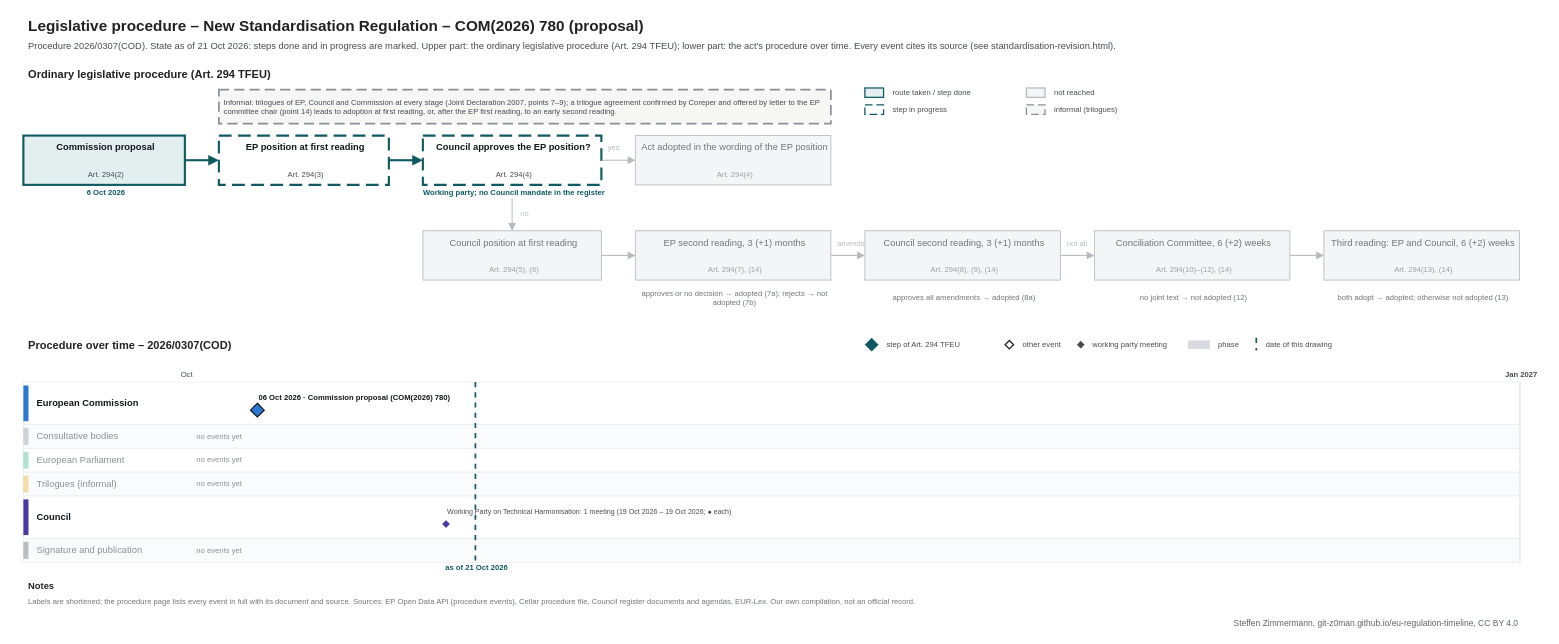
git-z0man/eu-regulation-timeline keeps this draw.io diagram as procedures/standardisation-revision.drawio. Above is the earlier version. Source tidied: cells renumbered, new cells numbered last; positions are measured from the earlier drawing's top-left corner, leaving out a move shared by most shapes. Both pictures are drawn from the tidied source at 85%, with x=0, y=0 at pixel (14, 14).
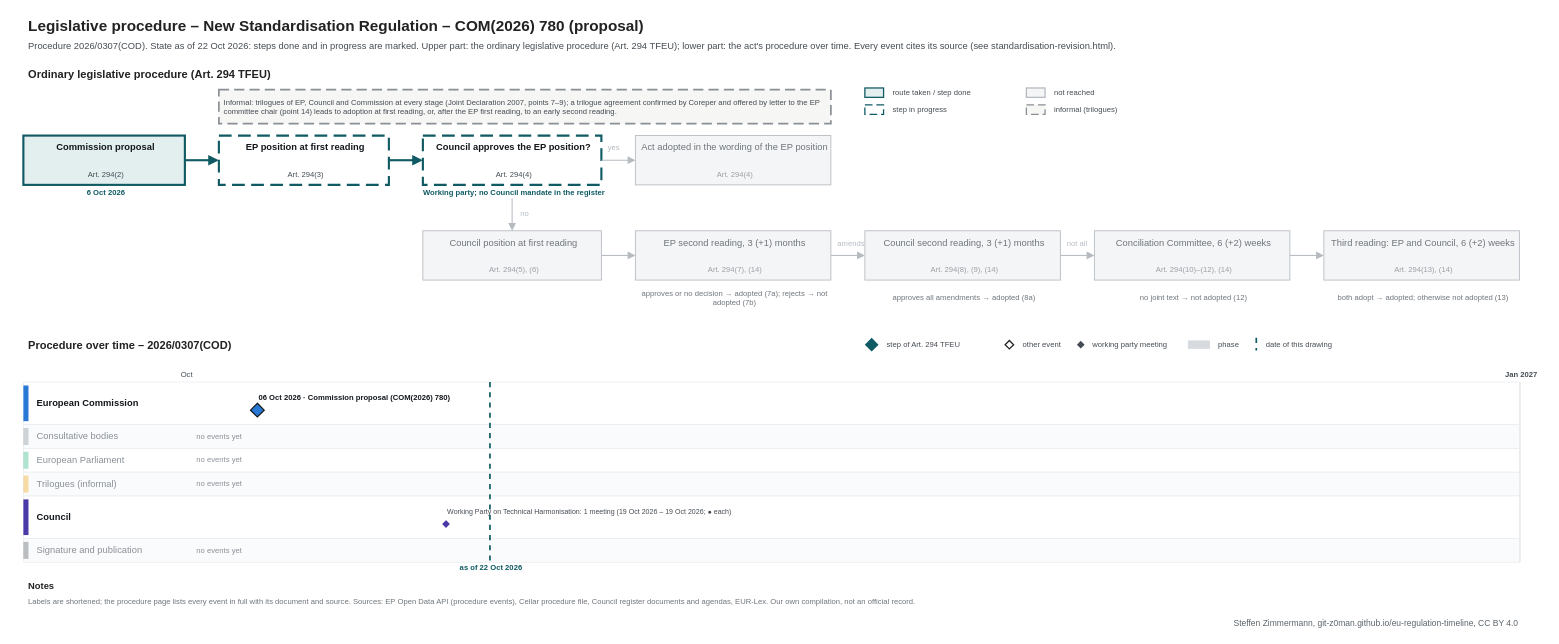
The same page after the edit.

Change to the diagram source:
```diff
@@
-    <mxCell id="3" value="Procedure 2026/0307(COD). State as of 21 Oct 2026: steps done and in progress are marked. Upper part: the ordinary legislative procedure (Art. 294 TFEU); lower part: the act's procedure over time. Every event cites its source (see standardisation-revision.html)." style="text;html=1;fontSize=11;fontColor=#454c53;align=left;verticalAlign=middle;spacingLeft=4;" parent="1" vertex="1">
+    <mxCell id="3" value="Procedure 2026/0307(COD). State as of 22 Oct 2026: steps done and in progress are marked. Upper part: the ordinary legislative procedure (Art. 294 TFEU); lower part: the act's procedure over time. Every event cites its source (see standardisation-revision.html)." style="text;html=1;fontSize=11;fontColor=#454c53;align=left;verticalAlign=middle;spacingLeft=4;" parent="1" vertex="1">
       <mxGeometry x="10" y="28" width="1700" height="18" as="geometry" />
     </mxCell>
@@
     <mxCell id="99" style="line;html=1;strokeWidth=2;strokeColor=#0f5a63;direction=south;dashed=1;" parent="1" vertex="1">
-      <mxGeometry x="541.3" y="432" width="1" height="212" as="geometry" />
+      <mxGeometry x="558.4" y="432" width="1" height="212" as="geometry" />
     </mxCell>
-    <mxCell id="100" value="as of 21 Oct 2026" style="text;html=1;fontSize=9;fontColor=#0f5a63;align=center;verticalAlign=middle;spacingLeft=4;fontStyle=1;" parent="1" vertex="1">
-      <mxGeometry x="481.3" y="645" width="120" height="12" as="geometry" />
+    <mxCell id="100" value="as of 22 Oct 2026" style="text;html=1;fontSize=9;fontColor=#0f5a63;align=center;verticalAlign=middle;spacingLeft=4;fontStyle=1;" parent="1" vertex="1">
+      <mxGeometry x="498.4" y="645" width="120" height="12" as="geometry" />
     </mxCell>
```
